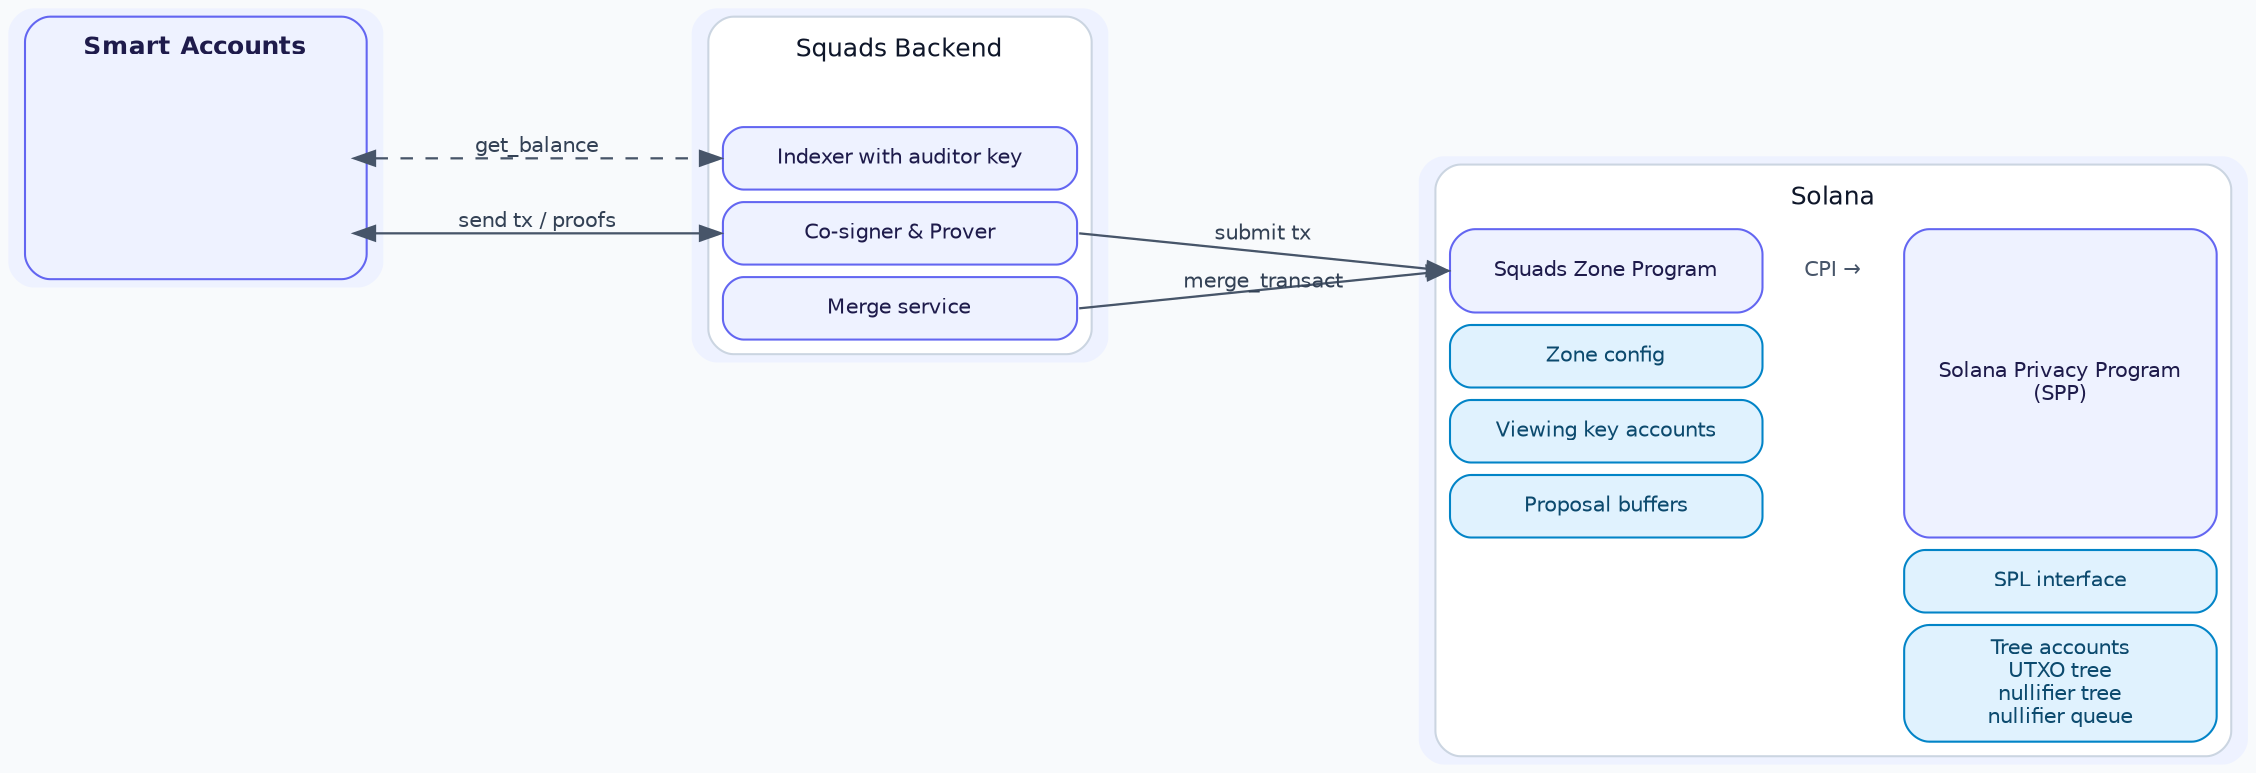
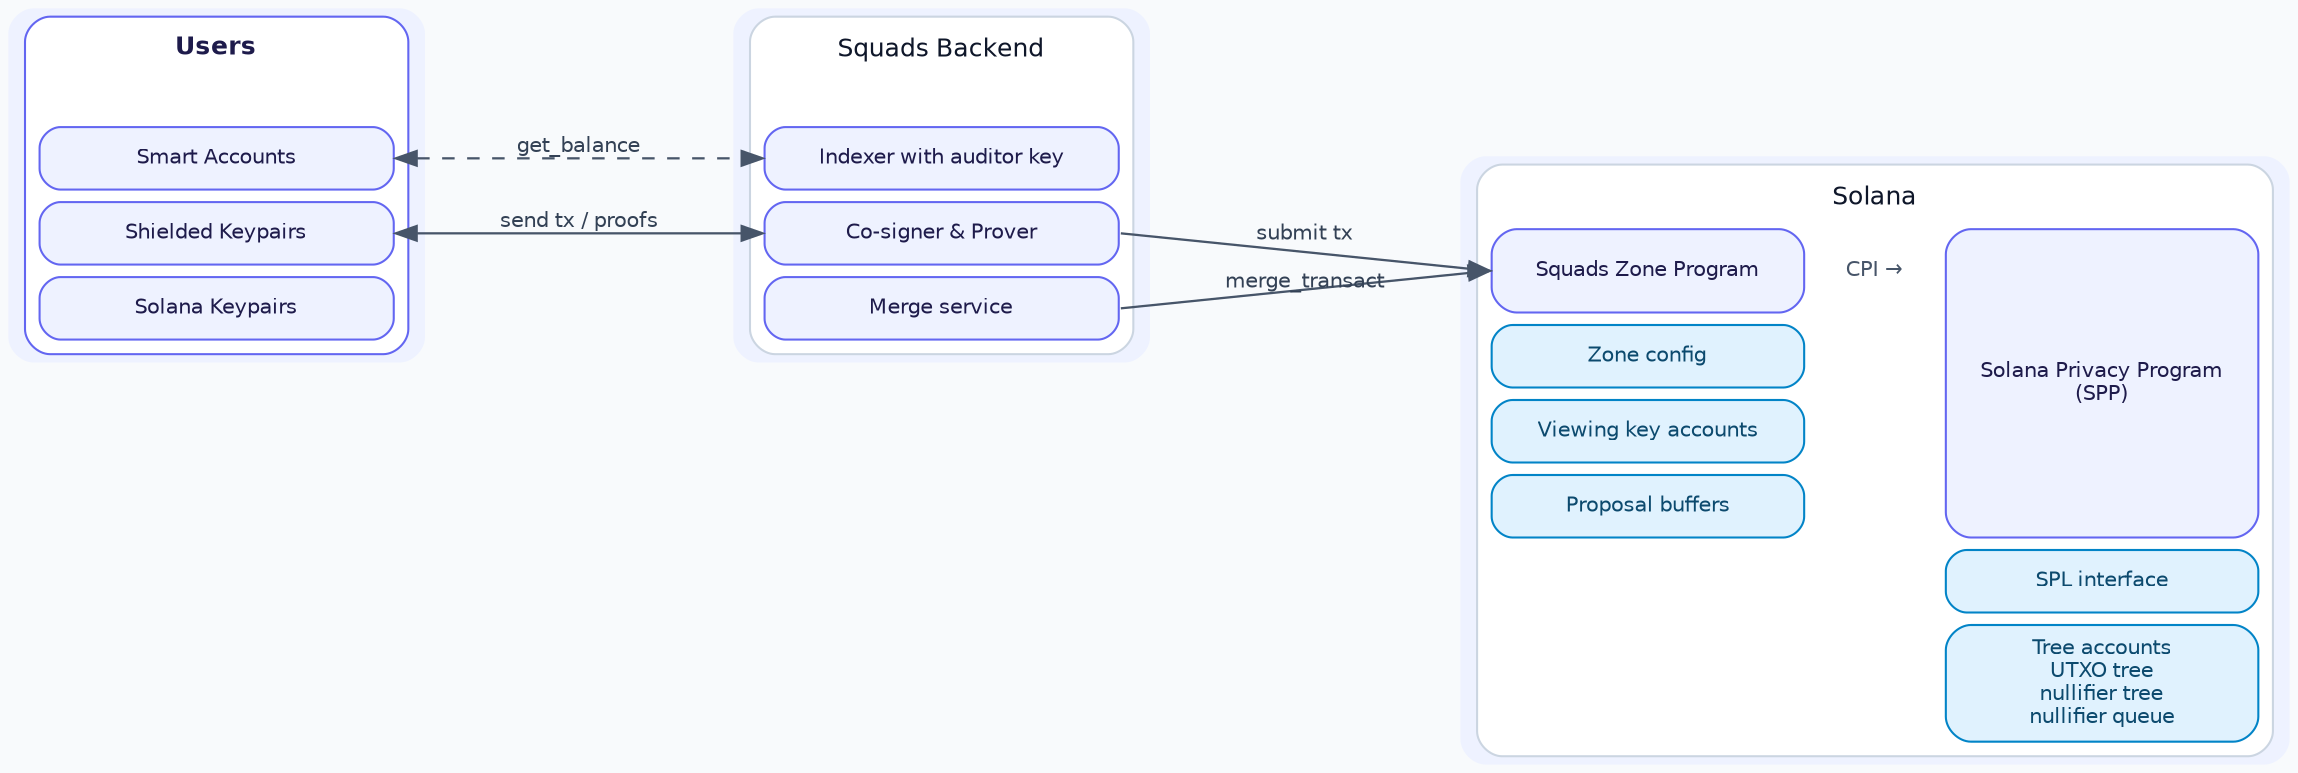
// Architecture diagram for docs/squads_policy_program.md.
// Regenerate with `just render-diagrams` or:
//     dot -Tpng -Gdpi=144 docs/diagrams/squads_policy_program.dot -o docs/diagrams/squads_policy_program.png
//     dot -Tsvg          docs/diagrams/squads_policy_program.dot -o docs/diagrams/squads_policy_program.svg
//
// Smart Accounts and the Pocket RPC are HTML-label tables with matching row
// heights so the cross arrows between corresponding ports are horizontal.
// Mirrors the style of docs/diagrams/architecture.dot but specific to the
// Squads policy zone.
digraph G {
    compound=true;
    rankdir=LR;
    nodesep=0.3;
    ranksep=1.0;
    splines=line;
    bgcolor="#F8FAFC";
    node [shape=box, style="rounded,filled", fillcolor="#EEF2FF", color="#6366F1", fontcolor="#1E1B4B", fontname="Helvetica", fontsize=11, penwidth=1.2];
    edge [color="#475569", fontcolor="#334155", fontname="Helvetica", fontsize=10, penwidth=1.1];

-     // Smart-account holders + co-signer. Ports line up with the Pocket RPC rows.
+     // Users and the keypairs they hold. Ports line up with the Pocket RPC rows.
    Client [shape=plaintext, label=<
-         <TABLE BORDER="1" CELLBORDER="0" CELLSPACING="6" CELLPADDING="0" BGCOLOR="#EEF2FF" COLOR="#6366F1" STYLE="ROUNDED">
-             <TR><TD HEIGHT="18" WIDTH="150"><FONT COLOR="#1E1B4B" POINT-SIZE="12"><B>Smart Accounts</B></FONT></TD></TR>
-             <TR><TD HEIGHT="16" WIDTH="150"></TD></TR>
-             <TR><TD PORT="u" HEIGHT="30" WIDTH="150"></TD></TR>
-             <TR><TD PORT="p" HEIGHT="30" WIDTH="150"></TD></TR>
+         <TABLE BORDER="1" CELLBORDER="0" CELLSPACING="6" CELLPADDING="0" BGCOLOR="#FFFFFF" COLOR="#6366F1" STYLE="ROUNDED">
+             <TR><TD HEIGHT="18" WIDTH="170"><FONT COLOR="#1E1B4B" POINT-SIZE="12"><B>Users</B></FONT></TD></TR>
+             <TR><TD HEIGHT="16" WIDTH="170"></TD></TR>
+             <TR><TD PORT="u" HEIGHT="30" WIDTH="170" BGCOLOR="#EEF2FF" COLOR="#6366F1" STYLE="ROUNDED" BORDER="1"><FONT COLOR="#1E1B4B" POINT-SIZE="10">Smart Accounts</FONT></TD></TR>
+             <TR><TD PORT="p" HEIGHT="30" WIDTH="170" BGCOLOR="#EEF2FF" COLOR="#6366F1" STYLE="ROUNDED" BORDER="1"><FONT COLOR="#1E1B4B" POINT-SIZE="10">Shielded Keypairs</FONT></TD></TR>
+             <TR><TD HEIGHT="30" WIDTH="170" BGCOLOR="#EEF2FF" COLOR="#6366F1" STYLE="ROUNDED" BORDER="1"><FONT COLOR="#1E1B4B" POINT-SIZE="10">Solana Keypairs</FONT></TD></TR>
        </TABLE>
    >];

    // The whole backend is the Pocket RPC. The indexer holds the auditor key.
    RPC [shape=plaintext, label=<
        <TABLE BORDER="1" CELLBORDER="0" CELLSPACING="6" CELLPADDING="0" BGCOLOR="#FFFFFF" COLOR="#CBD5E1" STYLE="ROUNDED">
            <TR><TD HEIGHT="18" WIDTH="170"><FONT COLOR="#0F172A" POINT-SIZE="12">Squads Backend</FONT></TD></TR>
            <TR><TD HEIGHT="16" WIDTH="170"></TD></TR>
            <TR><TD PORT="d" HEIGHT="30" WIDTH="170" BGCOLOR="#EEF2FF" COLOR="#6366F1" STYLE="ROUNDED" BORDER="1"><FONT COLOR="#1E1B4B" POINT-SIZE="10">Indexer with auditor key</FONT></TD></TR>
            <TR><TD PORT="r" HEIGHT="30" WIDTH="170" BGCOLOR="#EEF2FF" COLOR="#6366F1" STYLE="ROUNDED" BORDER="1"><FONT COLOR="#1E1B4B" POINT-SIZE="10">Co-signer &amp; Prover</FONT></TD></TR>
            <TR><TD PORT="m" HEIGHT="30" WIDTH="170" BGCOLOR="#EEF2FF" COLOR="#6366F1" STYLE="ROUNDED" BORDER="1"><FONT COLOR="#1E1B4B" POINT-SIZE="10">Merge service</FONT></TD></TR>
        </TABLE>
    >];

    // Solana side: the Squads Zone Program, its program-owned accounts, the
    // CPI into SPP, and the SPP-owned SPL interface and tree accounts.
    Solana [shape=plaintext, label=<
        <TABLE BORDER="1" CELLBORDER="0" CELLSPACING="6" CELLPADDING="0" BGCOLOR="#FFFFFF" COLOR="#CBD5E1" STYLE="ROUNDED">
            <TR><TD COLSPAN="3" HEIGHT="18"><FONT COLOR="#0F172A" POINT-SIZE="12">Solana</FONT></TD></TR>
            <TR>
                <TD PORT="policy" HEIGHT="40" WIDTH="150" BGCOLOR="#EEF2FF" COLOR="#6366F1" STYLE="ROUNDED" BORDER="1"><FONT COLOR="#1E1B4B" POINT-SIZE="10">Squads Zone Program</FONT></TD>
                <TD HEIGHT="40" WIDTH="56"><FONT COLOR="#475569" POINT-SIZE="10">CPI &#x2192;</FONT></TD>
                <TD ROWSPAN="4" PORT="spp" WIDTH="150" BGCOLOR="#EEF2FF" COLOR="#6366F1" STYLE="ROUNDED" BORDER="1"><FONT COLOR="#1E1B4B" POINT-SIZE="10">Solana Privacy Program<BR/>(SPP)</FONT></TD>
            </TR>
            <TR>
                <TD PORT="cfg" HEIGHT="30" WIDTH="150" BGCOLOR="#E0F2FE" COLOR="#0284C7" STYLE="ROUNDED" BORDER="1"><FONT COLOR="#0C4A6E" POINT-SIZE="10">Zone config</FONT></TD>
                <TD HEIGHT="30" WIDTH="56" BORDER="0"></TD>
            </TR>
            <TR>
                <TD PORT="cacc" HEIGHT="30" WIDTH="150" BGCOLOR="#E0F2FE" COLOR="#0284C7" STYLE="ROUNDED" BORDER="1"><FONT COLOR="#0C4A6E" POINT-SIZE="10">Viewing key accounts</FONT></TD>
                <TD HEIGHT="30" WIDTH="56" BORDER="0"></TD>
            </TR>
            <TR>
                <TD PORT="prop" HEIGHT="30" WIDTH="150" BGCOLOR="#E0F2FE" COLOR="#0284C7" STYLE="ROUNDED" BORDER="1"><FONT COLOR="#0C4A6E" POINT-SIZE="10">Proposal buffers</FONT></TD>
                <TD HEIGHT="30" WIDTH="56" BORDER="0"></TD>
            </TR>
            <TR>
                <TD COLSPAN="2" BORDER="0"></TD>
                <TD PORT="vault" HEIGHT="30" WIDTH="150" BGCOLOR="#E0F2FE" COLOR="#0284C7" STYLE="ROUNDED" BORDER="1"><FONT COLOR="#0C4A6E" POINT-SIZE="10">SPL interface</FONT></TD>
            </TR>
            <TR>
                <TD COLSPAN="2" BORDER="0"></TD>
                <TD PORT="tree" HEIGHT="56" WIDTH="150" BGCOLOR="#E0F2FE" COLOR="#0284C7" STYLE="ROUNDED" BORDER="1"><FONT COLOR="#0C4A6E" POINT-SIZE="10">Tree accounts<BR/>UTXO tree<BR/>nullifier tree<BR/>nullifier queue</FONT></TD>
            </TR>
        </TABLE>
    >];

    // Smart Accounts port -> matching Pocket RPC port. Equal row heights keep
    // the arrows horizontal.
    Client:u:e -> RPC:d:w [dir=both, style=dashed, label="get_balance"];
    Client:p:e -> RPC:r:w [dir=both, label="send tx / proofs"];

    // Co-signer & Prover submits transact / execute_proposal; the merge service
    // submits merge_transact.
    RPC:r:e -> Solana:policy:w [label="submit tx"];
    RPC:m:e -> Solana:policy:w [label="merge_transact"];
}
